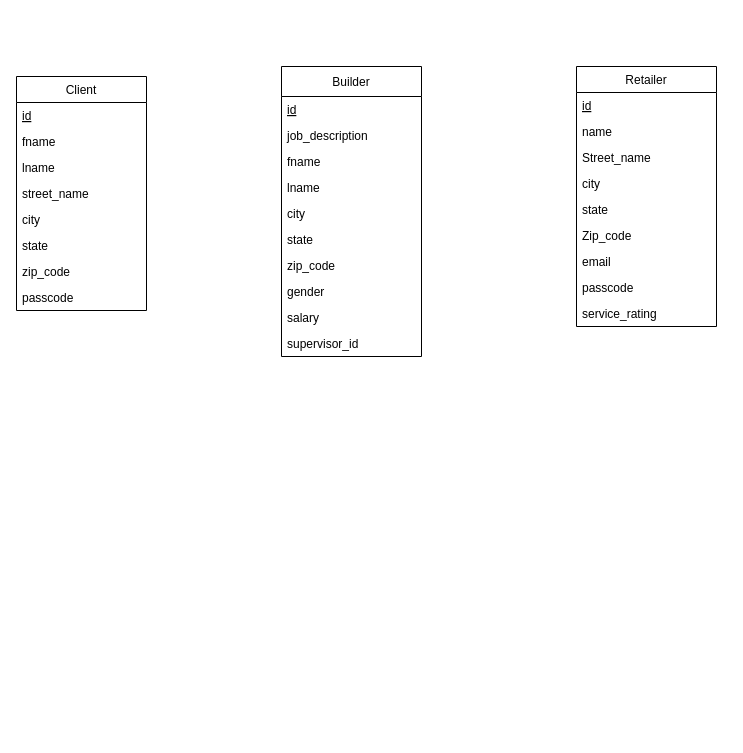
Above: schema.drawio in anjana02/Construction_Management_Project (draw.io), before the change. Source tidied: cells renumbered, new cells numbered last; positions are measured from the earlier drawing's top-left corner, leaving out a move shared by most shapes. Both pictures are drawn from the tidied source at 100%, with x=0, y=0 at pixel (16, 66).
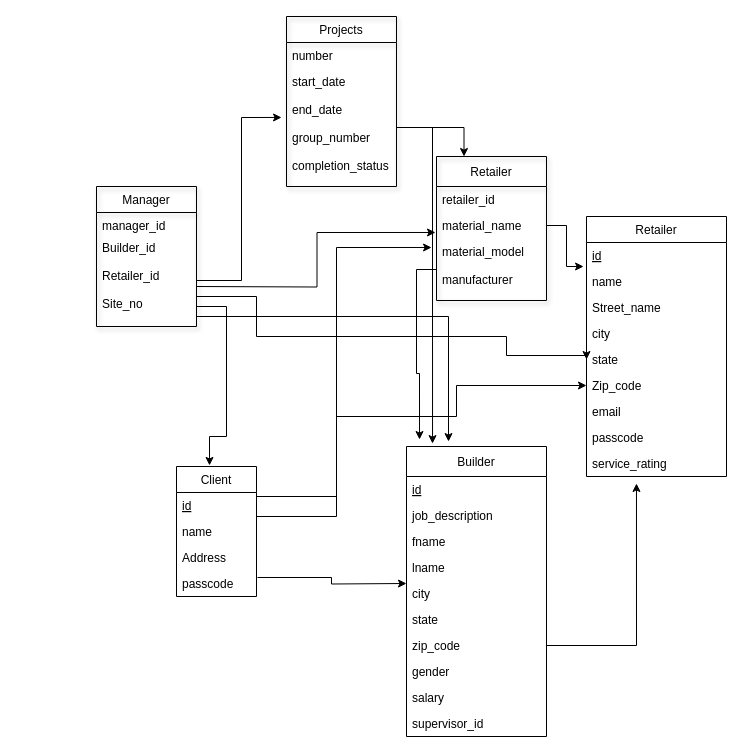
After the change.

The change refers to these unchanged cells:
```xml
<mxCell id="18" value="zip_code " style="text;strokeColor=none;fillColor=none;align=left;verticalAlign=top;spacingLeft=4;spacingRight=4;overflow=hidden;points=[[0,0.5],[1,0.5]];portConstraint=eastwest;" parent="11" vertex="1">
  <mxGeometry y="186" width="140" height="26" as="geometry" />
</mxCell>
<mxCell id="24" value="name" style="text;strokeColor=none;fillColor=none;align=left;verticalAlign=top;spacingLeft=4;spacingRight=4;overflow=hidden;points=[[0,0.5],[1,0.5]];portConstraint=eastwest;" parent="22" vertex="1">
  <mxGeometry y="52" width="140" height="26" as="geometry" />
</mxCell>
<mxCell id="27" value="state" style="text;strokeColor=none;fillColor=none;align=left;verticalAlign=top;spacingLeft=4;spacingRight=4;overflow=hidden;points=[[0,0.5],[1,0.5]];portConstraint=eastwest;" parent="22" vertex="1">
  <mxGeometry y="130" width="140" height="26" as="geometry" />
</mxCell>
<mxCell id="28" value="Zip_code" style="text;strokeColor=none;fillColor=none;align=left;verticalAlign=top;spacingLeft=4;spacingRight=4;overflow=hidden;points=[[0,0.5],[1,0.5]];portConstraint=eastwest;" parent="22" vertex="1">
  <mxGeometry y="156" width="140" height="26" as="geometry" />
</mxCell>
<mxCell id="31" value="service_rating" style="text;strokeColor=none;fillColor=none;align=left;verticalAlign=top;spacingLeft=4;spacingRight=4;overflow=hidden;points=[[0,0.5],[1,0.5]];portConstraint=eastwest;" parent="22" vertex="1">
  <mxGeometry y="234" width="140" height="26" as="geometry" />
</mxCell>
```

The edit, as a diff of the source:
```diff
@@
     <mxCell id="2" value="Client" style="swimlane;fontStyle=0;horizontal=1;startSize=26;fillColor=none;" parent="1" vertex="1">
-      <mxGeometry y="10" width="130" height="234" as="geometry" />
+      <mxGeometry x="160" y="400" width="80" height="130" as="geometry" />
     </mxCell>
     <mxCell id="3" value="id" style="text;strokeColor=none;fillColor=none;align=left;verticalAlign=top;spacingLeft=4;spacingRight=4;overflow=hidden;fontStyle=4;" parent="2" vertex="1">
-      <mxGeometry y="26" width="130" height="26" as="geometry" />
+      <mxGeometry y="26" width="80" height="26" as="geometry" />
     </mxCell>
-    <mxCell id="4" value="fname" style="text;strokeColor=none;fillColor=none;align=left;verticalAlign=top;spacingLeft=4;spacingRight=4;overflow=hidden;" parent="2" vertex="1">
-      <mxGeometry y="52" width="130" height="26" as="geometry" />
-    </mxCell>
-    <mxCell id="5" value="lname&#10;" style="text;strokeColor=none;fillColor=none;align=left;verticalAlign=top;spacingLeft=4;spacingRight=4;overflow=hidden;" parent="2" vertex="1">
-      <mxGeometry y="78" width="130" height="26" as="geometry" />
+    <mxCell id="5" value="name&#10;" style="text;strokeColor=none;fillColor=none;align=left;verticalAlign=top;spacingLeft=4;spacingRight=4;overflow=hidden;" parent="2" vertex="1">
+      <mxGeometry y="52" width="80" height="26" as="geometry" />
     </mxCell>
-    <mxCell id="6" value="street_name" style="text;strokeColor=none;fillColor=none;align=left;verticalAlign=top;spacingLeft=4;spacingRight=4;overflow=hidden;" parent="2" vertex="1">
-      <mxGeometry y="104" width="130" height="26" as="geometry" />
-    </mxCell>
-    <mxCell id="7" value="city" style="text;strokeColor=none;fillColor=none;align=left;verticalAlign=top;spacingLeft=4;spacingRight=4;overflow=hidden;" parent="2" vertex="1">
-      <mxGeometry y="130" width="130" height="26" as="geometry" />
-    </mxCell>
-    <mxCell id="8" value="state" style="text;strokeColor=none;fillColor=none;align=left;verticalAlign=top;spacingLeft=4;spacingRight=4;overflow=hidden;" parent="2" vertex="1">
-      <mxGeometry y="156" width="130" height="26" as="geometry" />
-    </mxCell>
-    <mxCell id="9" value="zip_code" style="text;strokeColor=none;fillColor=none;align=left;verticalAlign=top;spacingLeft=4;spacingRight=4;overflow=hidden;points=[[0,0.5],[1,0.5]];portConstraint=eastwest;" parent="2" vertex="1">
-      <mxGeometry y="182" width="130" height="26" as="geometry" />
+    <mxCell id="9" value="Address" style="text;strokeColor=none;fillColor=none;align=left;verticalAlign=top;spacingLeft=4;spacingRight=4;overflow=hidden;points=[[0,0.5],[1,0.5]];portConstraint=eastwest;" parent="2" vertex="1">
+      <mxGeometry y="78" width="80" height="26" as="geometry" />
     </mxCell>
     <mxCell id="10" value="passcode" style="text;strokeColor=none;fillColor=none;align=left;verticalAlign=top;spacingLeft=4;spacingRight=4;overflow=hidden;points=[[0,0.5],[1,0.5]];portConstraint=eastwest;" parent="2" vertex="1">
-      <mxGeometry y="208" width="130" height="26" as="geometry" />
+      <mxGeometry y="104" width="80" height="26" as="geometry" />
     </mxCell>
     <mxCell id="11" value="Builder" style="swimlane;fontStyle=0;horizontal=1;startSize=30;fillColor=none;" parent="1" vertex="1">
-      <mxGeometry x="265" width="140" height="290" as="geometry" />
+      <mxGeometry x="390" y="380" width="140" height="290" as="geometry" />
     </mxCell>
@@
-    <mxCell id="15" value="&#9;lname" style="text;strokeColor=none;fillColor=none;align=left;verticalAlign=top;spacingLeft=4;spacingRight=4;overflow=hidden;" parent="11" vertex="1">
+    <mxCell id="15" value=" lname" style="text;strokeColor=none;fillColor=none;align=left;verticalAlign=top;spacingLeft=4;spacingRight=4;overflow=hidden;" parent="11" vertex="1">
       <mxGeometry y="108" width="140" height="26" as="geometry" />
     </mxCell>
@@
     <mxCell id="22" value=" Retailer" style="swimlane;fontStyle=0;horizontal=1;startSize=26;fillColor=none;" parent="1" vertex="1">
-      <mxGeometry x="560" width="140" height="260" as="geometry" />
+      <mxGeometry x="570" y="150" width="140" height="260" as="geometry" />
     </mxCell>
@@
-    <mxCell id="29" value="&#9;email" style="text;strokeColor=none;fillColor=none;align=left;verticalAlign=top;spacingLeft=4;spacingRight=4;overflow=hidden;" parent="22" vertex="1">
+    <mxCell id="29" value=" email" style="text;strokeColor=none;fillColor=none;align=left;verticalAlign=top;spacingLeft=4;spacingRight=4;overflow=hidden;" parent="22" vertex="1">
       <mxGeometry y="182" width="140" height="26" as="geometry" />
     </mxCell>
@@
+    <mxCell id="32" value="Retailer" style="swimlane;fontStyle=0;horizontal=1;startSize=30;fillColor=none;shadow=1;" parent="1" vertex="1">
+      <mxGeometry x="420" y="90" width="110" height="144" as="geometry" />
+    </mxCell>
+    <mxCell id="33" value="retailer_id" style="text;strokeColor=none;fillColor=none;align=left;verticalAlign=top;spacingLeft=4;spacingRight=4;overflow=hidden;shadow=1;" parent="32" vertex="1">
+      <mxGeometry y="30" width="110" height="26" as="geometry" />
+    </mxCell>
+    <mxCell id="34" value="material_name" style="text;strokeColor=none;fillColor=none;align=left;verticalAlign=top;spacingLeft=4;spacingRight=4;overflow=hidden;points=[[0,0.5],[1,0.5]];portConstraint=eastwest;shadow=1;" parent="32" vertex="1">
+      <mxGeometry y="56" width="110" height="26" as="geometry" />
+    </mxCell>
+    <mxCell id="35" value="material_model&#10;&#10;manufacturer&#10;" style="text;strokeColor=none;fillColor=none;align=left;verticalAlign=top;spacingLeft=4;spacingRight=4;overflow=hidden;points=[[0,0.5],[1,0.5]];portConstraint=eastwest;shadow=1;" parent="32" vertex="1">
+      <mxGeometry y="82" width="110" height="62" as="geometry" />
+    </mxCell>
+    <mxCell id="36" value="Manager" style="swimlane;fontStyle=0;horizontal=1;startSize=26;fillColor=none;shadow=1;" parent="1" vertex="1">
+      <mxGeometry x="80" y="120" width="100" height="140" as="geometry" />
+    </mxCell>
+    <mxCell id="37" value="manager_id" style="text;strokeColor=none;fillColor=none;align=left;verticalAlign=top;spacingLeft=4;spacingRight=4;overflow=hidden;shadow=1;" parent="36" vertex="1">
+      <mxGeometry y="26" width="100" height="22" as="geometry" />
+    </mxCell>
+    <mxCell id="38" value="Builder_id&#10;&#10;Retailer_id&#10;&#10;Site_no" style="text;strokeColor=none;fillColor=none;align=left;verticalAlign=top;spacingLeft=4;spacingRight=4;overflow=hidden;points=[[0,0.5],[1,0.5]];portConstraint=eastwest;shadow=1;" parent="36" vertex="1">
+      <mxGeometry y="48" width="100" height="92" as="geometry" />
+    </mxCell>
+    <mxCell id="39" value="Projects" style="swimlane;fontStyle=0;horizontal=1;startSize=26;fillColor=none;shadow=1;" parent="1" vertex="1">
+      <mxGeometry x="270" y="-50" width="110" height="170" as="geometry" />
+    </mxCell>
+    <mxCell id="40" value="number" style="text;strokeColor=none;fillColor=none;align=left;verticalAlign=top;spacingLeft=4;spacingRight=4;overflow=hidden;shadow=1;" parent="39" vertex="1">
+      <mxGeometry y="26" width="110" height="26" as="geometry" />
+    </mxCell>
+    <mxCell id="41" value="start_date&#10;&#10;end_date&#10;&#10;group_number&#10;&#10;completion_status" style="text;strokeColor=none;fillColor=none;align=left;verticalAlign=top;spacingLeft=4;spacingRight=4;overflow=hidden;points=[[0,0.5],[1,0.5]];portConstraint=eastwest;shadow=1;" parent="39" vertex="1">
+      <mxGeometry y="52" width="110" height="118" as="geometry" />
+    </mxCell>
+    <mxCell id="42" style="edgeStyle=orthogonalEdgeStyle;rounded=0;jettySize=auto;html=1;exitX=1;exitY=0.5;exitDx=0;exitDy=0;entryX=-0.045;entryY=0.415;entryDx=0;entryDy=0;entryPerimeter=0;" parent="1" edge="1" source="38" target="41">
+      <mxGeometry relative="1" as="geometry" />
+    </mxCell>
+    <mxCell id="43" style="edgeStyle=orthogonalEdgeStyle;rounded=0;jettySize=auto;html=1;entryX=-0.009;entryY=-0.097;entryDx=0;entryDy=0;entryPerimeter=0;" parent="1" edge="1" target="35">
+      <mxGeometry relative="1" as="geometry">
+        <mxPoint x="180" y="220" as="sourcePoint" />
+      </mxGeometry>
+    </mxCell>
+    <mxCell id="44" style="edgeStyle=orthogonalEdgeStyle;rounded=0;jettySize=auto;html=1;entryX=0.413;entryY=-0.008;entryDx=0;entryDy=0;entryPerimeter=0;" parent="1" edge="1" target="2">
+      <mxGeometry relative="1" as="geometry">
+        <mxPoint x="180" y="240" as="sourcePoint" />
+        <Array as="points">
+          <mxPoint x="210" y="240" />
+          <mxPoint x="210" y="370" />
+          <mxPoint x="193" y="370" />
+        </Array>
+      </mxGeometry>
+    </mxCell>
+    <mxCell id="45" style="edgeStyle=orthogonalEdgeStyle;rounded=0;jettySize=auto;html=1;exitX=1;exitY=0.641;exitDx=0;exitDy=0;entryX=0.3;entryY=-0.017;entryDx=0;entryDy=0;entryPerimeter=0;exitPerimeter=0;" parent="1" edge="1" source="38" target="11">
+      <mxGeometry relative="1" as="geometry">
+        <Array as="points">
+          <mxPoint x="180" y="250" />
+          <mxPoint x="432" y="250" />
+        </Array>
+      </mxGeometry>
+    </mxCell>
+    <mxCell id="46" style="edgeStyle=orthogonalEdgeStyle;rounded=0;jettySize=auto;html=1;entryX=0;entryY=0.5;entryDx=0;entryDy=0;" parent="1" edge="1" target="27">
+      <mxGeometry relative="1" as="geometry">
+        <mxPoint x="180" y="230" as="sourcePoint" />
+        <Array as="points">
+          <mxPoint x="240" y="230" />
+          <mxPoint x="240" y="270" />
+          <mxPoint x="490" y="270" />
+          <mxPoint x="490" y="289" />
+          <mxPoint x="570" y="289" />
+        </Array>
+      </mxGeometry>
+    </mxCell>
+    <mxCell id="47" style="edgeStyle=orthogonalEdgeStyle;rounded=0;jettySize=auto;html=1;exitX=1.013;exitY=0.269;exitDx=0;exitDy=0;exitPerimeter=0;" parent="1" edge="1" source="10">
+      <mxGeometry relative="1" as="geometry">
+        <mxPoint x="390" y="517" as="targetPoint" />
+      </mxGeometry>
+    </mxCell>
+    <mxCell id="48" style="edgeStyle=orthogonalEdgeStyle;rounded=0;jettySize=auto;html=1;exitX=1;exitY=0.5;exitDx=0;exitDy=0;entryX=0;entryY=0.5;entryDx=0;entryDy=0;" parent="1" edge="1" source="9" target="28">
+      <mxGeometry relative="1" as="geometry">
+        <Array as="points">
+          <mxPoint x="240" y="430" />
+          <mxPoint x="320" y="430" />
+          <mxPoint x="320" y="350" />
+          <mxPoint x="440" y="350" />
+          <mxPoint x="440" y="319" />
+        </Array>
+      </mxGeometry>
+    </mxCell>
+    <mxCell id="49" style="edgeStyle=orthogonalEdgeStyle;rounded=0;jettySize=auto;html=1;entryX=-0.045;entryY=0.145;entryDx=0;entryDy=0;entryPerimeter=0;" parent="1" edge="1" target="35">
+      <mxGeometry relative="1" as="geometry">
+        <mxPoint x="240" y="450" as="sourcePoint" />
+        <Array as="points">
+          <mxPoint x="320" y="450" />
+          <mxPoint x="320" y="181" />
+        </Array>
+      </mxGeometry>
+    </mxCell>
+    <mxCell id="50" style="edgeStyle=orthogonalEdgeStyle;rounded=0;jettySize=auto;html=1;exitX=1;exitY=0.5;exitDx=0;exitDy=0;entryX=-0.021;entryY=-0.077;entryDx=0;entryDy=0;entryPerimeter=0;" parent="1" edge="1" source="34" target="24">
+      <mxGeometry relative="1" as="geometry" />
+    </mxCell>
+    <mxCell id="51" style="edgeStyle=orthogonalEdgeStyle;rounded=0;jettySize=auto;html=1;exitX=0;exitY=0.5;exitDx=0;exitDy=0;entryX=0.093;entryY=-0.024;entryDx=0;entryDy=0;entryPerimeter=0;" parent="1" edge="1" source="35" target="11">
+      <mxGeometry relative="1" as="geometry" />
+    </mxCell>
+    <mxCell id="52" style="edgeStyle=orthogonalEdgeStyle;rounded=0;jettySize=auto;html=1;exitX=1;exitY=0.5;exitDx=0;exitDy=0;entryX=0.186;entryY=-0.01;entryDx=0;entryDy=0;entryPerimeter=0;" parent="1" edge="1" source="41" target="11">
+      <mxGeometry relative="1" as="geometry" />
+    </mxCell>
+    <mxCell id="53" style="edgeStyle=orthogonalEdgeStyle;rounded=0;jettySize=auto;html=1;exitX=1;exitY=0.5;exitDx=0;exitDy=0;entryX=0.25;entryY=0;entryDx=0;entryDy=0;" parent="1" edge="1" source="41" target="32">
+      <mxGeometry relative="1" as="geometry" />
+    </mxCell>
+    <mxCell id="54" style="edgeStyle=orthogonalEdgeStyle;rounded=0;jettySize=auto;html=1;exitX=1;exitY=0.5;exitDx=0;exitDy=0;entryX=0.357;entryY=1.269;entryDx=0;entryDy=0;entryPerimeter=0;" parent="1" edge="1" source="18" target="31">
+      <mxGeometry relative="1" as="geometry">
+        <Array as="points">
+          <mxPoint x="620" y="579" />
+        </Array>
+      </mxGeometry>
+    </mxCell>
```
